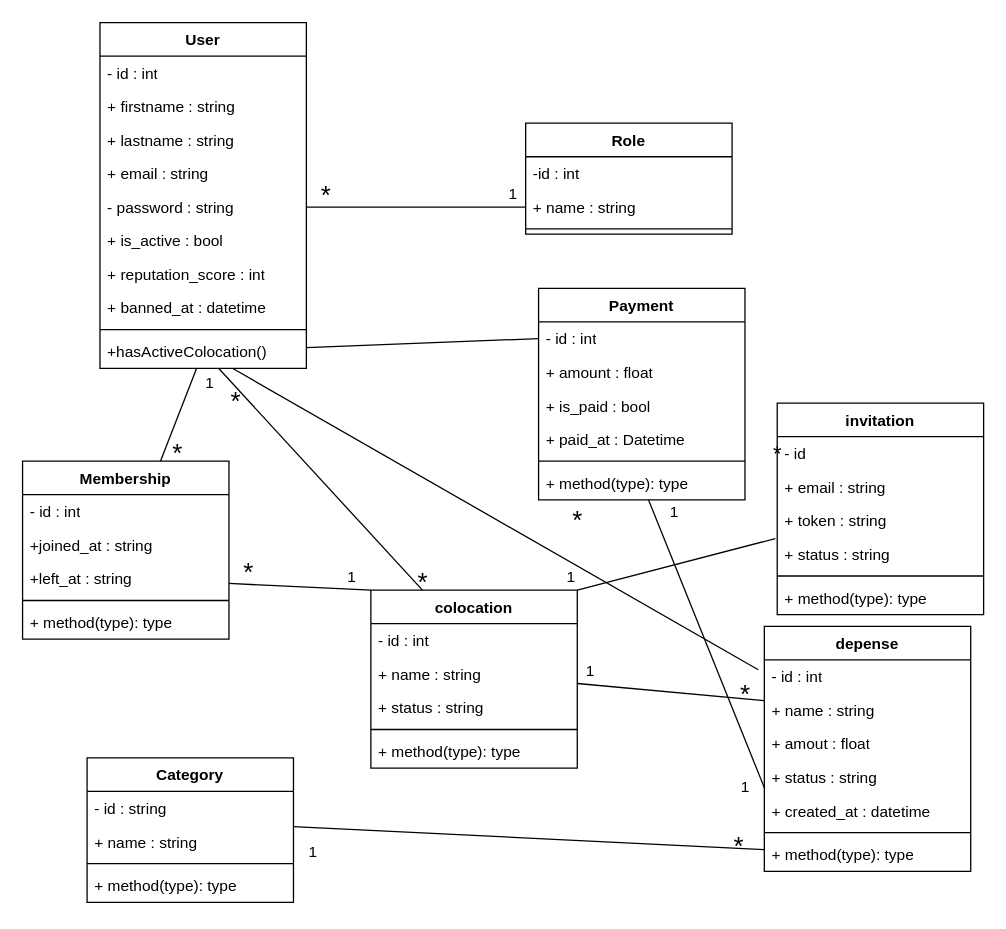
Earlier version of the draw.io diagram UML/class.drawio (selomrani/EasyColoc). Source tidied: cells renumbered, new cells numbered last; positions are measured from the earlier drawing's top-left corner, leaving out a move shared by most shapes. Both pictures are drawn from the tidied source at 129%, with x=0, y=0 at pixel (22, 22).
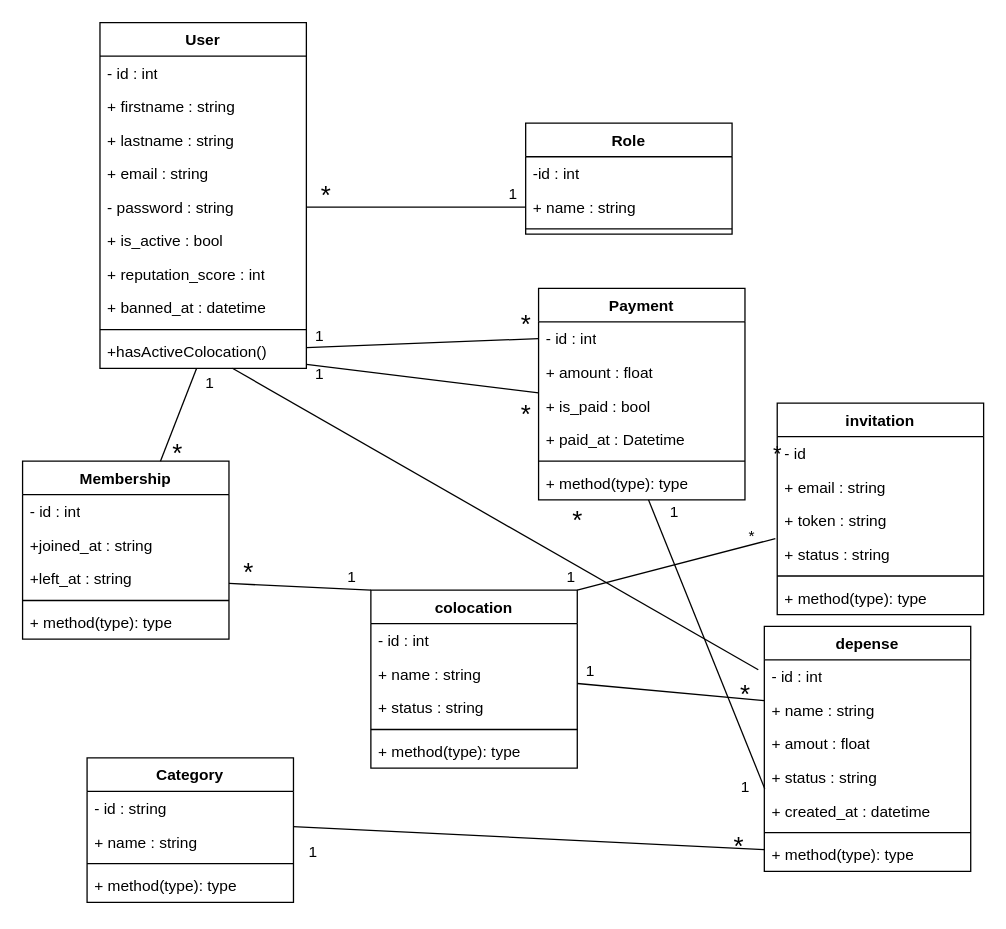
Above is the later version.

Commit message (it also covers changes not shown here):
last commit before evaluation

Unchanged cells that the change refers to:
```xml
<mxCell id="12" value="+hasActiveColocation()" style="text;strokeColor=none;fillColor=none;align=left;verticalAlign=top;spacingLeft=4;spacingRight=4;overflow=hidden;points=[[0,0.5],[1,0.5]];portConstraint=eastwest;whiteSpace=wrap;html=1;" parent="2" vertex="1">
  <mxGeometry y="242" width="160" height="26" as="geometry" />
</mxCell>
<mxCell id="49" value="+ is_paid : bool" style="text;strokeColor=none;fillColor=none;align=left;verticalAlign=top;spacingLeft=4;spacingRight=4;overflow=hidden;points=[[0,0.5],[1,0.5]];portConstraint=eastwest;whiteSpace=wrap;html=1;" parent="46" vertex="1">
  <mxGeometry y="78" width="160" height="26" as="geometry" />
</mxCell>
<mxCell id="53" value="colocation" style="swimlane;fontStyle=1;align=center;verticalAlign=top;horizontal=1;startSize=26;whiteSpace=wrap;html=1;" parent="1" vertex="1">
  <mxGeometry x="270" y="440" width="160" height="138" as="geometry" />
</mxCell>
```

Diff of the diagram source:
```diff
@@
-    <mxCell id="78" style="edgeStyle=none;html=1;entryX=0.25;entryY=0;entryDx=0;entryDy=0;endArrow=none;endFill=0;" parent="1" edge="1" source="12" target="53">
-      <mxGeometry relative="1" as="geometry" />
-    </mxCell>
-    <mxCell id="79" value="&lt;font style=&quot;font-size: 20px;&quot;&gt;*&lt;/font&gt;" style="text;html=1;align=center;verticalAlign=middle;strokeColor=none;fillColor=none;" parent="1" vertex="1">
-      <mxGeometry x="295" y="413" width="30" height="40" as="geometry" />
-    </mxCell>
-    <mxCell id="80" value="&lt;font style=&quot;font-size: 20px;&quot;&gt;*&lt;/font&gt;" style="text;html=1;align=center;verticalAlign=middle;strokeColor=none;fillColor=none;" parent="1" vertex="1">
-      <mxGeometry x="150" y="273" width="30" height="40" as="geometry" />
-    </mxCell>
@@
+    <mxCell id="83" value="*" style="text;html=1;align=center;verticalAlign=middle;strokeColor=none;fillColor=none;" parent="1" vertex="1">
+      <mxGeometry x="550" y="383" width="30" height="30" as="geometry" />
+    </mxCell>
+    <mxCell id="84" style="edgeStyle=none;html=1;endArrow=none;endFill=0;" parent="1" edge="1" source="12" target="49">
+      <mxGeometry relative="1" as="geometry" />
+    </mxCell>
+    <mxCell id="85" value="&lt;font style=&quot;font-size: 20px;&quot;&gt;*&lt;/font&gt;" style="text;html=1;align=center;verticalAlign=middle;strokeColor=none;fillColor=none;" parent="1" vertex="1">
+      <mxGeometry x="375" y="213" width="30" height="40" as="geometry" />
+    </mxCell>
+    <mxCell id="86" value="1" style="text;html=1;align=center;verticalAlign=middle;strokeColor=none;fillColor=none;" parent="1" vertex="1">
+      <mxGeometry x="215" y="228" width="30" height="30" as="geometry" />
+    </mxCell>
+    <mxCell id="87" value="1" style="text;html=1;align=center;verticalAlign=middle;strokeColor=none;fillColor=none;" parent="1" vertex="1">
+      <mxGeometry x="215" y="258" width="30" height="30" as="geometry" />
+    </mxCell>
+    <mxCell id="88" value="&lt;font style=&quot;font-size: 20px;&quot;&gt;*&lt;/font&gt;" style="text;html=1;align=center;verticalAlign=middle;strokeColor=none;fillColor=none;" parent="1" vertex="1">
+      <mxGeometry x="375" y="283" width="30" height="40" as="geometry" />
+    </mxCell>
```
